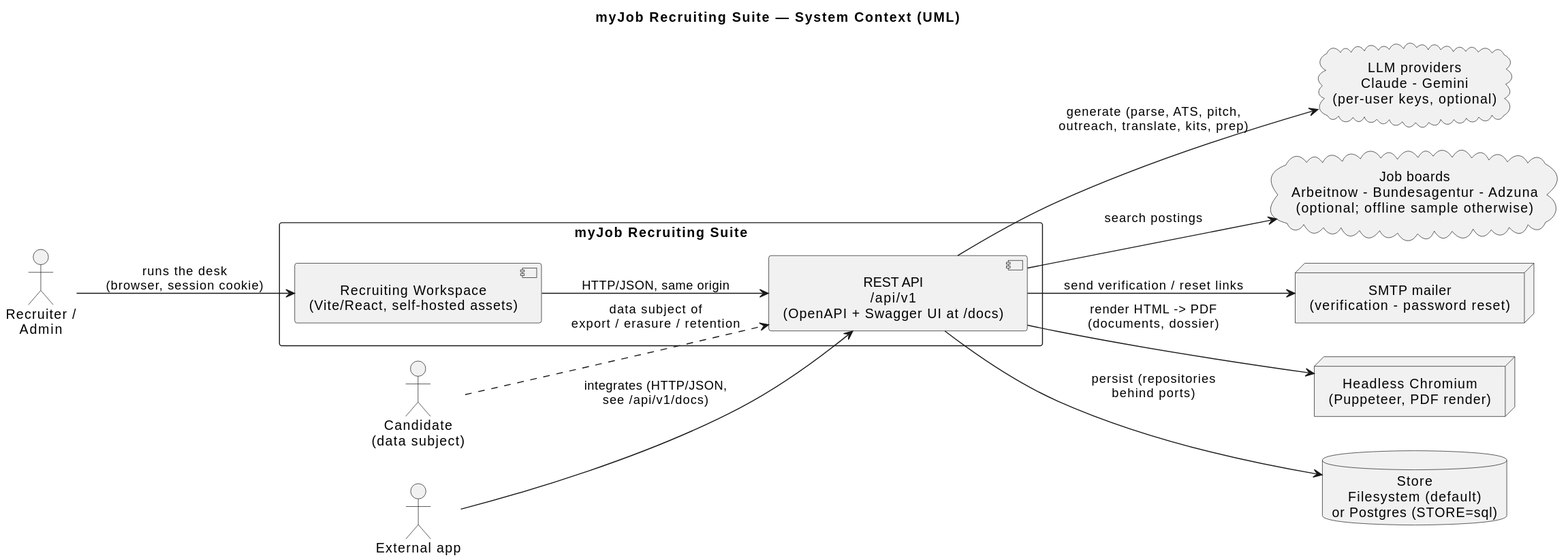
The PlantUML diagram docs/umls/03_system_context.svg in NexusHero/Resume, before a commit. Its source is kept beside it as docs/umls/03_system_context.puml. Source of this version:
```plantuml
@startuml 03_system_context
title myJob Recruiting Suite — System Context (UML)

skinparam shadowing false
skinparam defaultTextAlignment center
left to right direction

actor "Recruiter /\nAdmin" as Recruiter
actor "Candidate\n(data subject)" as Candidate
actor "External app" as Ext

rectangle "myJob Recruiting Suite" as System {
  component "REST API\n/api/v1\n(OpenAPI + Swagger UI at /docs)" as API
  component "Recruiting Workspace\n(Vite/React, self-hosted assets)" as UI
}

cloud "LLM providers\nClaude - Gemini\n(per-user keys, optional)" as LLM
cloud "Job boards\nArbeitnow - Bundesagentur - Adzuna\n(optional; offline sample otherwise)" as Jobs
node "SMTP mailer\n(verification - password reset)" as Mail
node "Headless Chromium\n(Puppeteer, PDF render)" as Chromium
database "Store\nFilesystem (default)\nor Postgres (STORE=sql)" as Store

Recruiter --> UI : runs the desk\n(browser, session cookie)
UI --> API : HTTP/JSON, same origin
Ext --> API : integrates (HTTP/JSON,\nsee /api/v1/docs)
Candidate ..> API : data subject of\nexport / erasure / retention

API --> LLM : generate (parse, ATS, pitch,\noutreach, translate, kits, prep)
API --> Jobs : search postings
API --> Mail : send verification / reset links
API --> Chromium : render HTML -> PDF\n(documents, dossier)
API --> Store : persist (repositories\nbehind ports)

@enduml
```
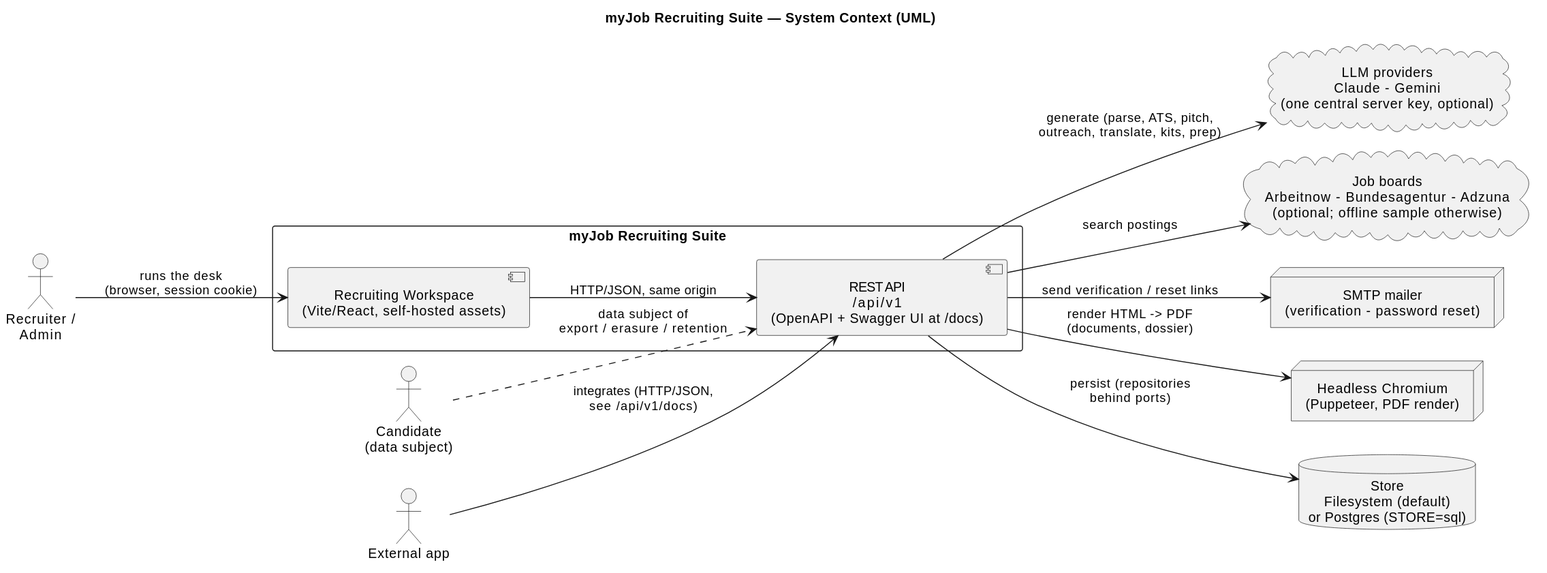
Later version of the same file.

Diff of the diagram source:
```diff
@@ -14,7 +14,7 @@
   component "Recruiting Workspace\n(Vite/React, self-hosted assets)" as UI
 }
 
-cloud "LLM providers\nClaude - Gemini\n(per-user keys, optional)" as LLM
+cloud "LLM providers\nClaude - Gemini\n(one central server key, optional)" as LLM
 cloud "Job boards\nArbeitnow - Bundesagentur - Adzuna\n(optional; offline sample otherwise)" as Jobs
 node "SMTP mailer\n(verification - password reset)" as Mail
 node "Headless Chromium\n(Puppeteer, PDF render)" as Chromium
```
